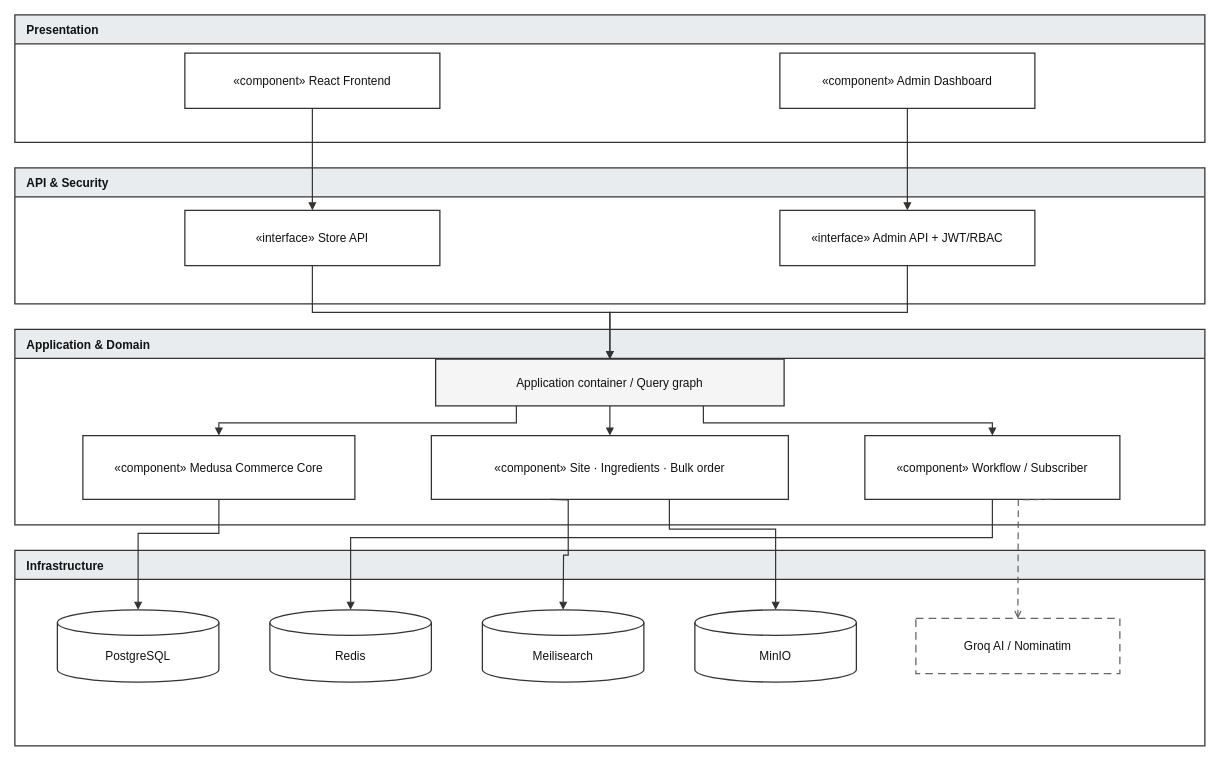
Earlier version of the draw.io diagram page "architecture" (6 of 11) of docs/report/diagrams/mong-fruitboxz-all-diagrams.drawio (pathust/mong.fruitboxz). Source tidied: cells renumbered, new cells numbered last; positions are measured from the earlier drawing's top-left corner, leaving out a move shared by most shapes. Both pictures are drawn from the tidied source at 85%, with x=0, y=0 at pixel (14, 14).
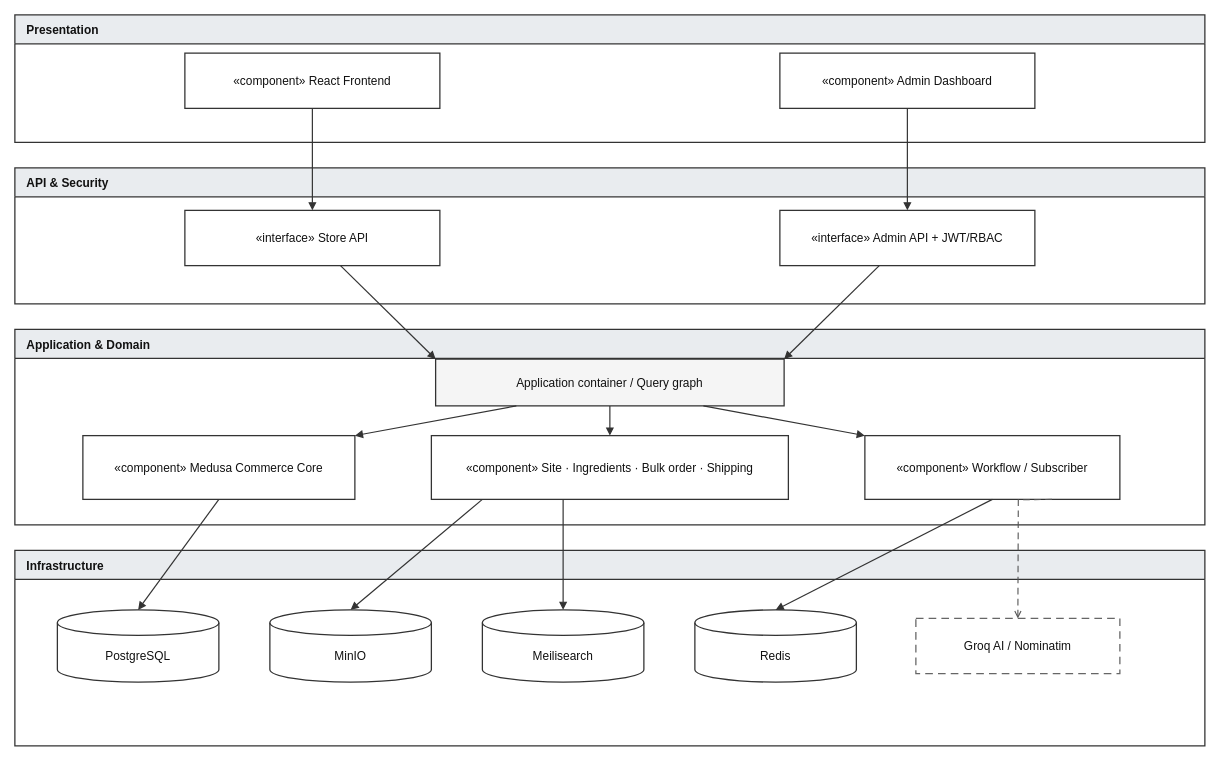
The same page after the edit.

The change refers to these unchanged cells:
```xml
<mxCell id="8" value="«interface»&amp;#xa;Store API" style="rounded=0;whiteSpace=wrap;html=1;fillColor=#FFFFFF;strokeColor=#333333;strokeWidth=1.5;fontFamily=Arial;fontSize=14;fontColor=#111111;" parent="1" vertex="1">
  <mxGeometry x="200" y="230" width="300" height="65" as="geometry" />
</mxCell>
<mxCell id="9" value="«interface»&amp;#xa;Admin API + JWT/RBAC" style="rounded=0;whiteSpace=wrap;html=1;fillColor=#FFFFFF;strokeColor=#333333;strokeWidth=1.5;fontFamily=Arial;fontSize=14;fontColor=#111111;" parent="1" vertex="1">
  <mxGeometry x="900" y="230" width="300" height="65" as="geometry" />
</mxCell>
<mxCell id="10" value="Application container / Query graph" style="rounded=0;whiteSpace=wrap;html=1;fillColor=#F5F5F5;strokeColor=#333333;strokeWidth=1.5;fontFamily=Arial;fontSize=14;fontColor=#111111;" parent="1" vertex="1">
  <mxGeometry x="495" y="405" width="410" height="55" as="geometry" />
</mxCell>
<mxCell id="11" value="«component»&amp;#xa;Medusa Commerce Core" style="rounded=0;whiteSpace=wrap;html=1;fillColor=#FFFFFF;strokeColor=#333333;strokeWidth=1.5;fontFamily=Arial;fontSize=14;fontColor=#111111;" parent="1" vertex="1">
  <mxGeometry x="80" y="495" width="320" height="75" as="geometry" />
</mxCell>
<mxCell id="13" value="«component»&amp;#xa;Workflow / Subscriber" style="rounded=0;whiteSpace=wrap;html=1;fillColor=#FFFFFF;strokeColor=#333333;strokeWidth=1.5;fontFamily=Arial;fontSize=14;fontColor=#111111;" parent="1" vertex="1">
  <mxGeometry x="1000" y="495" width="300" height="75" as="geometry" />
</mxCell>
```

The edit, as a diff of the source:
```diff
@@
-    <mxCell id="12" value="«component»&amp;#xa;Site · Ingredients · Bulk order" style="rounded=0;whiteSpace=wrap;html=1;fillColor=#FFFFFF;strokeColor=#333333;strokeWidth=1.5;fontFamily=Arial;fontSize=14;fontColor=#111111;" parent="1" vertex="1">
+    <mxCell id="12" value="«component»&amp;#xa;Site · Ingredients · Bulk order · Shipping" style="rounded=0;whiteSpace=wrap;html=1;fillColor=#FFFFFF;strokeColor=#333333;strokeWidth=1.5;fontFamily=Arial;fontSize=14;fontColor=#111111;" parent="1" vertex="1">
       <mxGeometry x="490" y="495" width="420" height="75" as="geometry" />
     </mxCell>
@@
     <mxCell id="15" value="Redis" style="shape=cylinder3;whiteSpace=wrap;html=1;boundedLbl=1;backgroundOutline=1;fillColor=#FFFFFF;strokeColor=#333333;strokeWidth=1.5;fontFamily=Arial;fontSize=14;fontColor=#111111;" parent="1" vertex="1">
-      <mxGeometry x="300" y="700" width="190" height="85" as="geometry" />
+      <mxGeometry x="800" y="700" width="190" height="85" as="geometry" />
     </mxCell>
@@
     <mxCell id="17" value="MinIO" style="shape=cylinder3;whiteSpace=wrap;html=1;boundedLbl=1;backgroundOutline=1;fillColor=#FFFFFF;strokeColor=#333333;strokeWidth=1.5;fontFamily=Arial;fontSize=14;fontColor=#111111;" parent="1" vertex="1">
-      <mxGeometry x="800" y="700" width="190" height="85" as="geometry" />
+      <mxGeometry x="300" y="700" width="190" height="85" as="geometry" />
     </mxCell>
@@
-    <mxCell id="21" style="edgeStyle=orthogonalEdgeStyle;rounded=0;jettySize=auto;html=1;endArrow=block;endFill=1;strokeColor=#333333;strokeWidth=1.4;fontFamily=Arial;fontSize=14;fontColor=#111111;" parent="1" edge="1" source="8" target="10">
+    <mxCell id="21" style="rounded=0;jettySize=auto;html=1;endArrow=block;endFill=1;strokeColor=#333333;strokeWidth=1.4;fontFamily=Arial;fontSize=14;fontColor=#111111;entryX=0;entryY=0;entryDx=0;entryDy=0;" parent="1" edge="1" source="8" target="10">
       <mxGeometry relative="1" as="geometry" />
     </mxCell>
-    <mxCell id="22" style="edgeStyle=orthogonalEdgeStyle;rounded=0;jettySize=auto;html=1;endArrow=block;endFill=1;strokeColor=#333333;strokeWidth=1.4;fontFamily=Arial;fontSize=14;fontColor=#111111;" parent="1" edge="1" source="9" target="10">
+    <mxCell id="22" style="rounded=0;jettySize=auto;html=1;endArrow=block;endFill=1;strokeColor=#333333;strokeWidth=1.4;fontFamily=Arial;fontSize=14;fontColor=#111111;entryX=1;entryY=0;entryDx=0;entryDy=0;" parent="1" edge="1" source="9" target="10">
       <mxGeometry relative="1" as="geometry" />
     </mxCell>
-    <mxCell id="23" style="edgeStyle=orthogonalEdgeStyle;rounded=0;orthogonalLoop=1;jettySize=auto;html=1;endArrow=block;endFill=1;strokeColor=#333333;strokeWidth=1.4;fontFamily=Arial;fontSize=14;fontColor=#111111;" parent="1" edge="1">
+    <mxCell id="23" style="rounded=0;jettySize=auto;html=1;endArrow=block;endFill=1;strokeColor=#333333;strokeWidth=1.4;fontFamily=Arial;fontSize=14;fontColor=#111111;entryX=1;entryY=0;entryDx=0;entryDy=0;" parent="1" edge="1" target="11">
       <mxGeometry relative="1" as="geometry">
         <mxPoint x="590" y="460" as="sourcePoint" />
-        <mxPoint x="240" y="495" as="targetPoint" />
-        <Array as="points">
-          <mxPoint x="590" y="480" />
-          <mxPoint x="240" y="480" />
-        </Array>
       </mxGeometry>
     </mxCell>
@@
-    <mxCell id="25" style="edgeStyle=orthogonalEdgeStyle;rounded=0;orthogonalLoop=1;jettySize=auto;html=1;endArrow=block;endFill=1;strokeColor=#333333;strokeWidth=1.4;fontFamily=Arial;fontSize=14;fontColor=#111111;" parent="1" edge="1">
+    <mxCell id="25" style="rounded=0;jettySize=auto;html=1;endArrow=block;endFill=1;strokeColor=#333333;strokeWidth=1.4;fontFamily=Arial;fontSize=14;fontColor=#111111;entryX=0;entryY=0;entryDx=0;entryDy=0;" parent="1" edge="1" target="13">
       <mxGeometry relative="1" as="geometry">
         <mxPoint x="810" y="460" as="sourcePoint" />
-        <mxPoint x="1150" y="495" as="targetPoint" />
-        <Array as="points">
-          <mxPoint x="810" y="480" />
-          <mxPoint x="1150" y="480" />
-        </Array>
       </mxGeometry>
     </mxCell>
-    <mxCell id="26" style="edgeStyle=orthogonalEdgeStyle;rounded=0;orthogonalLoop=1;jettySize=auto;html=1;endArrow=block;endFill=1;strokeColor=#333333;strokeWidth=1.4;fontFamily=Arial;fontSize=14;fontColor=#111111;" parent="1" edge="1">
+    <mxCell id="26" style="rounded=0;orthogonalLoop=1;jettySize=auto;html=1;endArrow=block;endFill=1;strokeColor=#333333;strokeWidth=1.4;fontFamily=Arial;fontSize=14;fontColor=#111111;" parent="1" edge="1">
       <mxGeometry relative="1" as="geometry">
         <mxPoint x="240" y="570" as="sourcePoint" />
         <mxPoint x="145" y="700" as="targetPoint" />
-        <Array as="points">
-          <mxPoint x="240" y="610" />
-          <mxPoint x="145" y="610" />
-        </Array>
       </mxGeometry>
     </mxCell>
-    <mxCell id="27" style="edgeStyle=orthogonalEdgeStyle;rounded=0;orthogonalLoop=1;jettySize=auto;html=1;endArrow=block;endFill=1;strokeColor=#333333;strokeWidth=1.4;fontFamily=Arial;fontSize=14;fontColor=#111111;" parent="1" edge="1">
+    <mxCell id="27" style="rounded=0;orthogonalLoop=1;jettySize=auto;html=1;endArrow=block;endFill=1;strokeColor=#333333;strokeWidth=1.4;fontFamily=Arial;fontSize=14;fontColor=#111111;" parent="1" edge="1">
       <mxGeometry relative="1" as="geometry">
         <mxPoint x="1150" y="570" as="sourcePoint" />
-        <mxPoint x="395" y="700" as="targetPoint" />
-        <Array as="points">
-          <mxPoint x="1150" y="615" />
-          <mxPoint x="395" y="615" />
-        </Array>
+        <mxPoint x="895" y="700" as="targetPoint" />
       </mxGeometry>
     </mxCell>
     <mxCell id="28" style="edgeStyle=orthogonalEdgeStyle;rounded=0;orthogonalLoop=1;jettySize=auto;html=1;endArrow=block;endFill=1;strokeColor=#333333;strokeWidth=1.4;fontFamily=Arial;fontSize=14;fontColor=#111111;" parent="1" edge="1">
       <mxGeometry relative="1" as="geometry">
-        <mxPoint x="630" y="570" as="sourcePoint" />
+        <mxPoint x="645" y="570" as="sourcePoint" />
         <mxPoint x="645" y="700" as="targetPoint" />
       </mxGeometry>
     </mxCell>
-    <mxCell id="29" style="edgeStyle=orthogonalEdgeStyle;rounded=0;orthogonalLoop=1;jettySize=auto;html=1;endArrow=block;endFill=1;strokeColor=#333333;strokeWidth=1.4;fontFamily=Arial;fontSize=14;fontColor=#111111;" parent="1" edge="1">
+    <mxCell id="29" style="rounded=0;orthogonalLoop=1;jettySize=auto;html=1;endArrow=block;endFill=1;strokeColor=#333333;strokeWidth=1.4;fontFamily=Arial;fontSize=14;fontColor=#111111;" parent="1" edge="1">
       <mxGeometry relative="1" as="geometry">
-        <mxPoint x="770" y="570" as="sourcePoint" />
-        <mxPoint x="895" y="700" as="targetPoint" />
-        <Array as="points">
-          <mxPoint x="770" y="605" />
-          <mxPoint x="895" y="605" />
-        </Array>
+        <mxPoint x="550" y="570" as="sourcePoint" />
+        <mxPoint x="395" y="700" as="targetPoint" />
       </mxGeometry>
     </mxCell>
```
